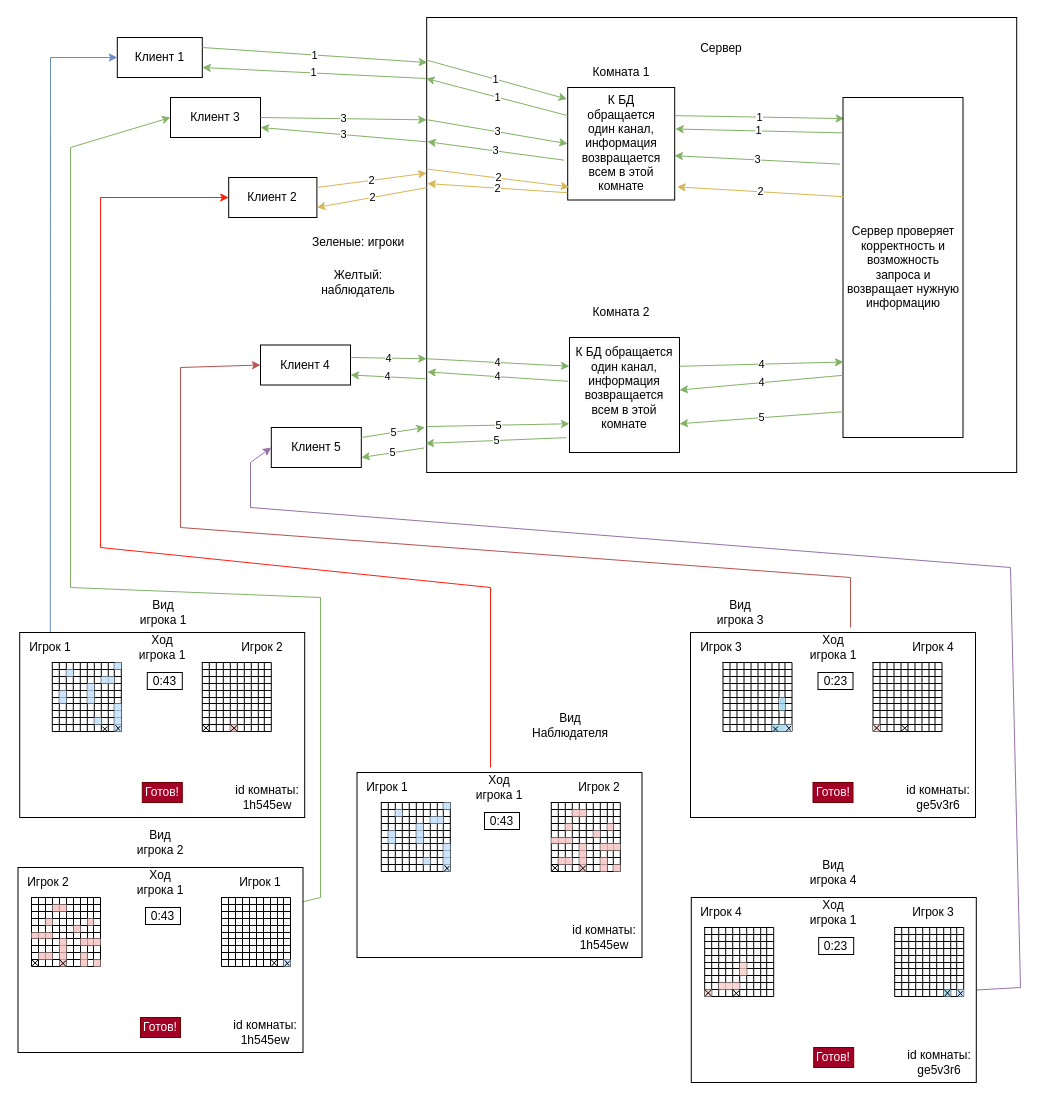
Above: План работ/Две игры с наблюдателем.drawio in mrdrakowa/Battleship-War (draw.io), before the change. Source tidied: cells renumbered, new cells numbered last; positions are measured from the earlier drawing's top-left corner, leaving out a move shared by most shapes. Both pictures are drawn from the tidied source at 100%, with x=0, y=0 at pixel (18, 17).
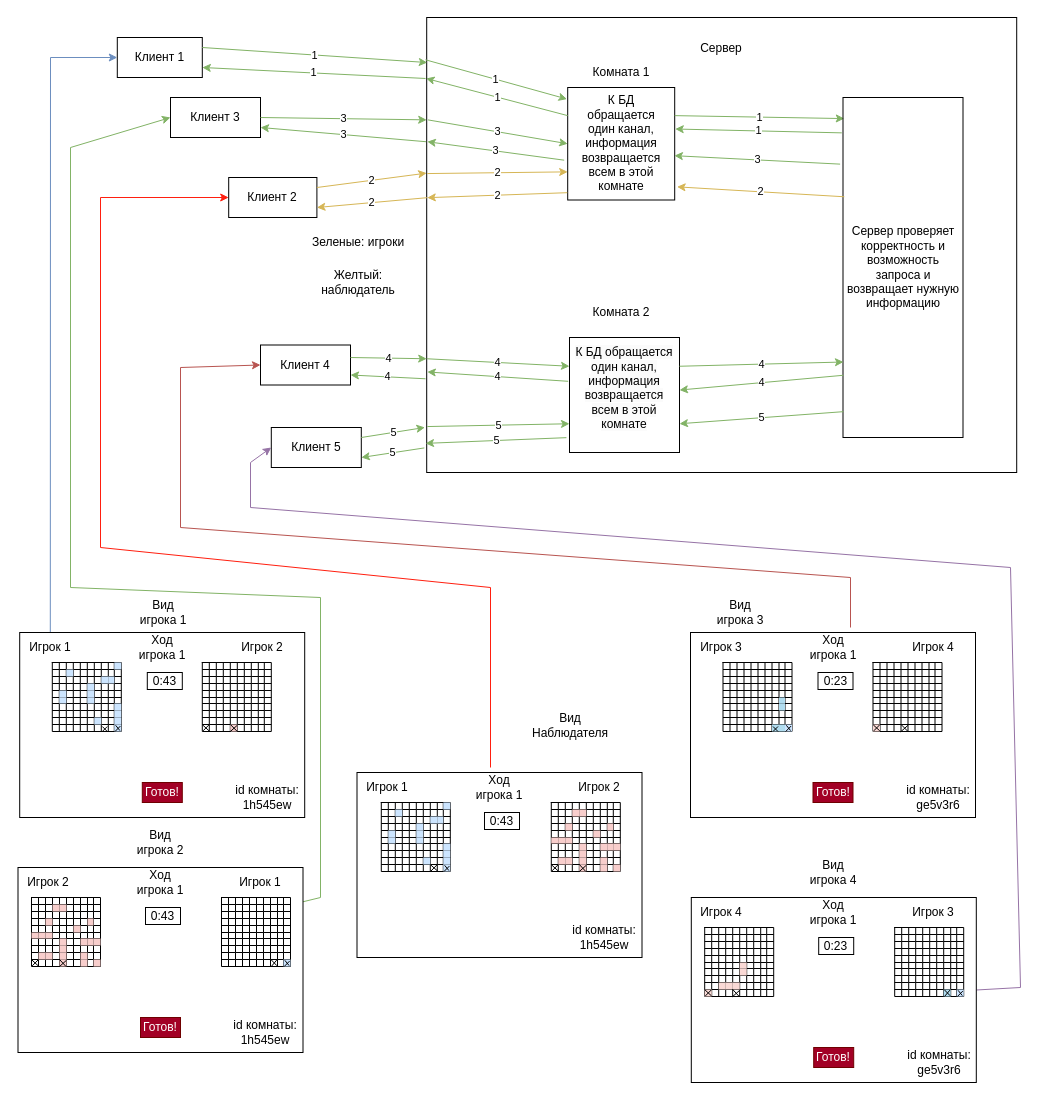
Above is the later version.

Unchanged cells that the change refers to:
```xml
<mxCell id="2" value="&lt;p style=&quot;line-height: 120%;&quot;&gt;&lt;/p&gt;&lt;div style=&quot;line-height: 200%;&quot;&gt;Сервер&lt;/div&gt;&lt;div style=&quot;line-height: 200%;&quot;&gt;&lt;br&gt;&lt;/div&gt;&lt;p&gt;&lt;/p&gt;" style="rounded=0;whiteSpace=wrap;html=1;align=center;verticalAlign=top;fillColor=none;" parent="1" vertex="1">
  <mxGeometry x="408.2" width="590" height="455" as="geometry" />
</mxCell>
<mxCell id="248" value="Клиент 2" style="rounded=0;whiteSpace=wrap;html=1;" parent="1" vertex="1">
  <mxGeometry x="210.2" y="160" width="88.2" height="40" as="geometry" />
</mxCell>
<mxCell id="499" style="shape=table;startSize=0;childLayout=tableLayout;fontSize=16;" parent="1" vertex="1">
  <mxGeometry x="362.8" y="785" width="69" height="69" as="geometry" />
</mxCell>
<mxCell id="599" style="shape=tableRow;horizontal=0;startSize=0;swimlaneHead=0;swimlaneBody=0;strokeColor=inherit;top=0;left=0;bottom=0;right=0;fillColor=none;points=[[0,0.5],[1,0.5]];portConstraint=eastwest;fontSize=16;" parent="499" vertex="1">
  <mxGeometry y="62" width="69" height="7" as="geometry" />
</mxCell>
<mxCell id="1209" style="rounded=0;whiteSpace=wrap;html=1;fillColor=none;" parent="1" vertex="1">
  <mxGeometry x="549.2" y="70" width="107" height="112.5" as="geometry" />
</mxCell>
```

What changed in the source:
```diff
@@
+    <mxCell id="1238" style="endArrow=none;html=1;rounded=0;entryX=0.717;entryY=0.074;entryDx=0;entryDy=0;entryPerimeter=0;exitX=0.815;exitY=0.992;exitDx=0;exitDy=0;exitPerimeter=0;" parent="499" edge="1" source="499" target="599">
+      <mxGeometry relative="1" as="geometry" />
+    </mxCell>
@@
-    <mxCell id="1216" value="2" style="endArrow=classic;startArrow=none;html=1;rounded=0;entryX=0.016;entryY=0.884;entryDx=0;entryDy=0;exitX=0;exitY=0.333;exitDx=0;exitDy=0;fillColor=#fff2cc;strokeColor=#d6b656;gradientColor=#ffd966;exitPerimeter=0;entryPerimeter=0;startFill=0;" parent="1" edge="1" source="2" target="1209">
+    <mxCell id="1216" value="2" style="endArrow=classic;startArrow=none;html=1;rounded=0;entryX=0;entryY=0.75;entryDx=0;entryDy=0;exitX=0.001;exitY=0.343;exitDx=0;exitDy=0;fillColor=#fff2cc;strokeColor=#d6b656;gradientColor=#ffd966;exitPerimeter=0;startFill=0;" parent="1" edge="1" source="2" target="1209">
       <mxGeometry relative="1" as="geometry" />
     </mxCell>
@@
-    <mxCell id="1229" value="2" style="endArrow=none;startArrow=classic;html=1;rounded=0;exitX=0.001;exitY=0.365;exitDx=0;exitDy=0;fillColor=#fff2cc;strokeColor=#d6b656;gradientColor=#ffd966;exitPerimeter=0;endFill=0;entryX=-0.004;entryY=0.935;entryDx=0;entryDy=0;entryPerimeter=0;" parent="1" edge="1" source="2" target="1209">
+    <mxCell id="1229" value="2" style="endArrow=none;startArrow=classic;html=1;rounded=0;exitX=0.001;exitY=0.396;exitDx=0;exitDy=0;fillColor=#fff2cc;strokeColor=#d6b656;gradientColor=#ffd966;exitPerimeter=0;endFill=0;entryX=-0.004;entryY=0.935;entryDx=0;entryDy=0;entryPerimeter=0;" parent="1" edge="1" source="2" target="1209">
       <mxGeometry relative="1" as="geometry" />
     </mxCell>
-    <mxCell id="1230" value="2" style="endArrow=none;startArrow=classic;html=1;rounded=0;entryX=0;entryY=0.374;entryDx=0;entryDy=0;exitX=1;exitY=0.75;exitDx=0;exitDy=0;fillColor=#fff2cc;strokeColor=#d6b656;gradientColor=#ffd966;entryPerimeter=0;endFill=0;" parent="1" edge="1" source="248" target="2">
+    <mxCell id="1230" value="2" style="endArrow=none;startArrow=classic;html=1;rounded=0;entryX=0.001;entryY=0.396;entryDx=0;entryDy=0;exitX=1;exitY=0.75;exitDx=0;exitDy=0;fillColor=#fff2cc;strokeColor=#d6b656;gradientColor=#ffd966;entryPerimeter=0;endFill=0;" parent="1" edge="1" source="248" target="2">
       <mxGeometry relative="1" as="geometry" />
     </mxCell>
@@
+    <mxCell id="1239" style="endArrow=none;html=1;rounded=0;entryX=0.808;entryY=0.042;entryDx=0;entryDy=0;entryPerimeter=0;exitX=0.908;exitY=1.008;exitDx=0;exitDy=0;exitPerimeter=0;" parent="1" edge="1" target="599">
+      <mxGeometry relative="1" as="geometry">
+        <mxPoint x="412" y="854" as="sourcePoint" />
+      </mxGeometry>
+    </mxCell>
```
